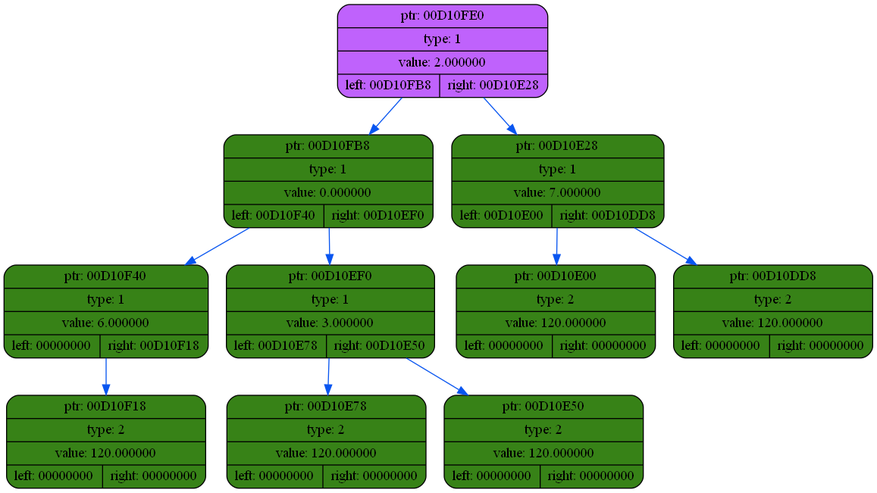
This is dump/dump3.png from coffee8cat/differentiator, a Graphviz export, as it was before one commit. Its source is kept beside it as dump/dump3.dot.
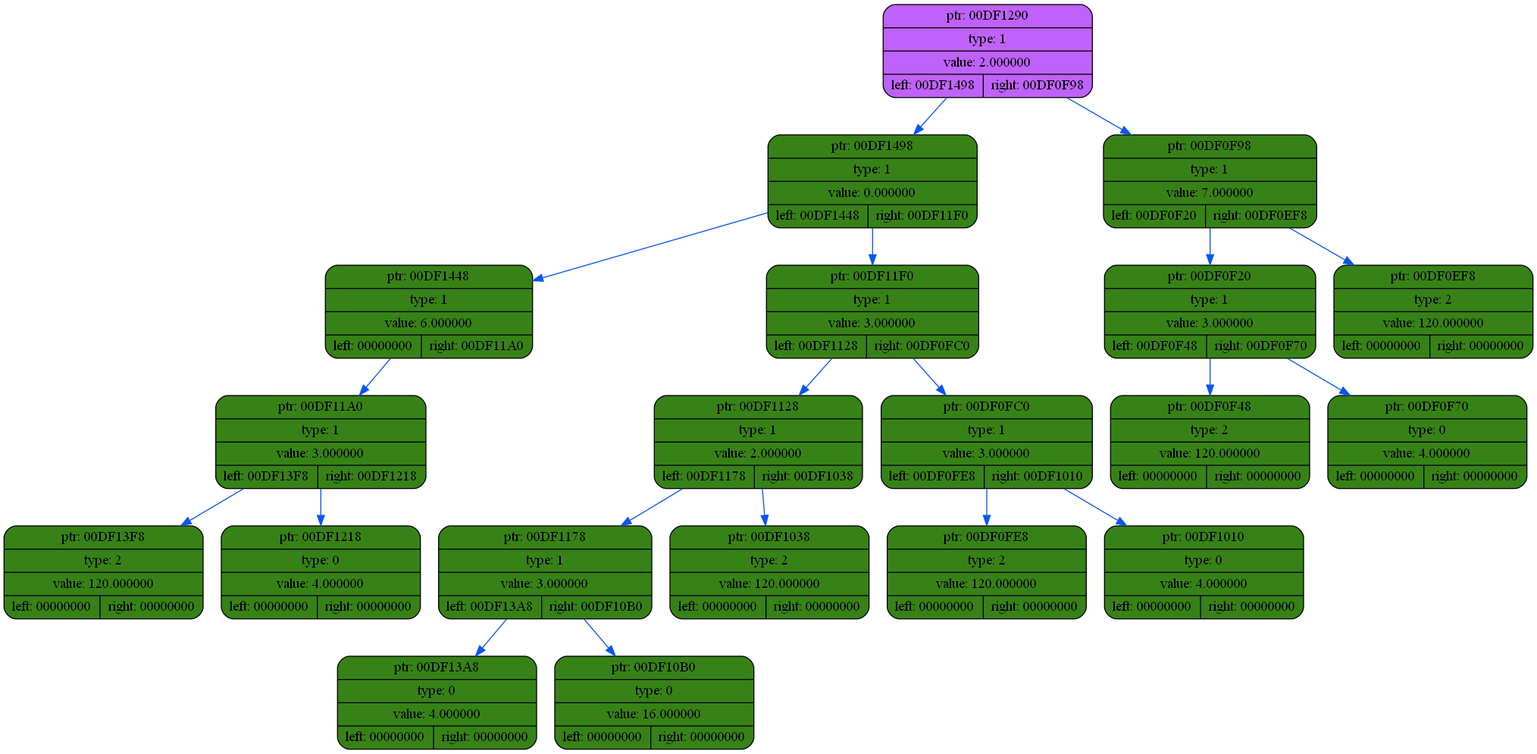
Later version of the same file.

What changed in the source:
```diff
@@ -2,23 +2,43 @@
 {
     rankdir=TP
 
-        node00D10FE0[shape=record,style="rounded,filled",fillcolor="#BF62FC",label="{ ptr: 00D10FE0 | type: 1 | value: 2.000000| { left: 00D10FB8 | right: 00D10E28 }}"];
-    node00D10FE0 -> node00D10FB8[color="#0855F0"]
-    node00D10FB8[shape=record,style="rounded,filled",fillcolor="#378217",label="{ ptr: 00D10FB8 | type: 1 | value: 0.000000| { left: 00D10F40 | right: 00D10EF0 }}"];
-    node00D10FB8 -> node00D10F40[color="#0855F0"]
-    node00D10F40[shape=record,style="rounded,filled",fillcolor="#378217",label="{ ptr: 00D10F40 | type: 1 | value: 6.000000| { left: 00000000 | right: 00D10F18 }}"];
-    node00D10F40 -> node00D10F18[color="#0855F0"]
-    node00D10F18[shape=record,style="rounded,filled",fillcolor="#378217",label="{ ptr: 00D10F18 | type: 2 | value: 120.000000| { left: 00000000 | right: 00000000 }}"];
-    node00D10FB8 -> node00D10EF0[color="#0855F0"]
-    node00D10EF0[shape=record,style="rounded,filled",fillcolor="#378217",label="{ ptr: 00D10EF0 | type: 1 | value: 3.000000| { left: 00D10E78 | right: 00D10E50 }}"];
-    node00D10EF0 -> node00D10E78[color="#0855F0"]
-    node00D10E78[shape=record,style="rounded,filled",fillcolor="#378217",label="{ ptr: 00D10E78 | type: 2 | value: 120.000000| { left: 00000000 | right: 00000000 }}"];
-    node00D10EF0 -> node00D10E50[color="#0855F0"]
-    node00D10E50[shape=record,style="rounded,filled",fillcolor="#378217",label="{ ptr: 00D10E50 | type: 2 | value: 120.000000| { left: 00000000 | right: 00000000 }}"];
-    node00D10FE0 -> node00D10E28[color="#0855F0"]
-    node00D10E28[shape=record,style="rounded,filled",fillcolor="#378217",label="{ ptr: 00D10E28 | type: 1 | value: 7.000000| { left: 00D10E00 | right: 00D10DD8 }}"];
-    node00D10E28 -> node00D10E00[color="#0855F0"]
-    node00D10E00[shape=record,style="rounded,filled",fillcolor="#378217",label="{ ptr: 00D10E00 | type: 2 | value: 120.000000| { left: 00000000 | right: 00000000 }}"];
-    node00D10E28 -> node00D10DD8[color="#0855F0"]
-    node00D10DD8[shape=record,style="rounded,filled",fillcolor="#378217",label="{ ptr: 00D10DD8 | type: 2 | value: 120.000000| { left: 00000000 | right: 00000000 }}"];
+        node00DF1290[shape=record,style="rounded,filled",fillcolor="#BF62FC",label="{ ptr: 00DF1290 | type: 1 | value: 2.000000| { left: 00DF1498 | right: 00DF0F98 }}"];
+    node00DF1290 -> node00DF1498[color="#0855F0"]
+    node00DF1498[shape=record,style="rounded,filled",fillcolor="#378217",label="{ ptr: 00DF1498 | type: 1 | value: 0.000000| { left: 00DF1448 | right: 00DF11F0 }}"];
+    node00DF1498 -> node00DF1448[color="#0855F0"]
+    node00DF1448[shape=record,style="rounded,filled",fillcolor="#378217",label="{ ptr: 00DF1448 | type: 1 | value: 6.000000| { left: 00000000 | right: 00DF11A0 }}"];
+    node00DF1448 -> node00DF11A0[color="#0855F0"]
+    node00DF11A0[shape=record,style="rounded,filled",fillcolor="#378217",label="{ ptr: 00DF11A0 | type: 1 | value: 3.000000| { left: 00DF13F8 | right: 00DF1218 }}"];
+    node00DF11A0 -> node00DF13F8[color="#0855F0"]
+    node00DF13F8[shape=record,style="rounded,filled",fillcolor="#378217",label="{ ptr: 00DF13F8 | type: 2 | value: 120.000000| { left: 00000000 | right: 00000000 }}"];
+    node00DF11A0 -> node00DF1218[color="#0855F0"]
+    node00DF1218[shape=record,style="rounded,filled",fillcolor="#378217",label="{ ptr: 00DF1218 | type: 0 | value: 4.000000| { left: 00000000 | right: 00000000 }}"];
+    node00DF1498 -> node00DF11F0[color="#0855F0"]
+    node00DF11F0[shape=record,style="rounded,filled",fillcolor="#378217",label="{ ptr: 00DF11F0 | type: 1 | value: 3.000000| { left: 00DF1128 | right: 00DF0FC0 }}"];
+    node00DF11F0 -> node00DF1128[color="#0855F0"]
+    node00DF1128[shape=record,style="rounded,filled",fillcolor="#378217",label="{ ptr: 00DF1128 | type: 1 | value: 2.000000| { left: 00DF1178 | right: 00DF1038 }}"];
+    node00DF1128 -> node00DF1178[color="#0855F0"]
+    node00DF1178[shape=record,style="rounded,filled",fillcolor="#378217",label="{ ptr: 00DF1178 | type: 1 | value: 3.000000| { left: 00DF13A8 | right: 00DF10B0 }}"];
+    node00DF1178 -> node00DF13A8[color="#0855F0"]
+    node00DF13A8[shape=record,style="rounded,filled",fillcolor="#378217",label="{ ptr: 00DF13A8 | type: 0 | value: 4.000000| { left: 00000000 | right: 00000000 }}"];
+    node00DF1178 -> node00DF10B0[color="#0855F0"]
+    node00DF10B0[shape=record,style="rounded,filled",fillcolor="#378217",label="{ ptr: 00DF10B0 | type: 0 | value: 16.000000| { left: 00000000 | right: 00000000 }}"];
+    node00DF1128 -> node00DF1038[color="#0855F0"]
+    node00DF1038[shape=record,style="rounded,filled",fillcolor="#378217",label="{ ptr: 00DF1038 | type: 2 | value: 120.000000| { left: 00000000 | right: 00000000 }}"];
+    node00DF11F0 -> node00DF0FC0[color="#0855F0"]
+    node00DF0FC0[shape=record,style="rounded,filled",fillcolor="#378217",label="{ ptr: 00DF0FC0 | type: 1 | value: 3.000000| { left: 00DF0FE8 | right: 00DF1010 }}"];
+    node00DF0FC0 -> node00DF0FE8[color="#0855F0"]
+    node00DF0FE8[shape=record,style="rounded,filled",fillcolor="#378217",label="{ ptr: 00DF0FE8 | type: 2 | value: 120.000000| { left: 00000000 | right: 00000000 }}"];
+    node00DF0FC0 -> node00DF1010[color="#0855F0"]
+    node00DF1010[shape=record,style="rounded,filled",fillcolor="#378217",label="{ ptr: 00DF1010 | type: 0 | value: 4.000000| { left: 00000000 | right: 00000000 }}"];
+    node00DF1290 -> node00DF0F98[color="#0855F0"]
+    node00DF0F98[shape=record,style="rounded,filled",fillcolor="#378217",label="{ ptr: 00DF0F98 | type: 1 | value: 7.000000| { left: 00DF0F20 | right: 00DF0EF8 }}"];
+    node00DF0F98 -> node00DF0F20[color="#0855F0"]
+    node00DF0F20[shape=record,style="rounded,filled",fillcolor="#378217",label="{ ptr: 00DF0F20 | type: 1 | value: 3.000000| { left: 00DF0F48 | right: 00DF0F70 }}"];
+    node00DF0F20 -> node00DF0F48[color="#0855F0"]
+    node00DF0F48[shape=record,style="rounded,filled",fillcolor="#378217",label="{ ptr: 00DF0F48 | type: 2 | value: 120.000000| { left: 00000000 | right: 00000000 }}"];
+    node00DF0F20 -> node00DF0F70[color="#0855F0"]
+    node00DF0F70[shape=record,style="rounded,filled",fillcolor="#378217",label="{ ptr: 00DF0F70 | type: 0 | value: 4.000000| { left: 00000000 | right: 00000000 }}"];
+    node00DF0F98 -> node00DF0EF8[color="#0855F0"]
+    node00DF0EF8[shape=record,style="rounded,filled",fillcolor="#378217",label="{ ptr: 00DF0EF8 | type: 2 | value: 120.000000| { left: 00000000 | right: 00000000 }}"];
 }
```
